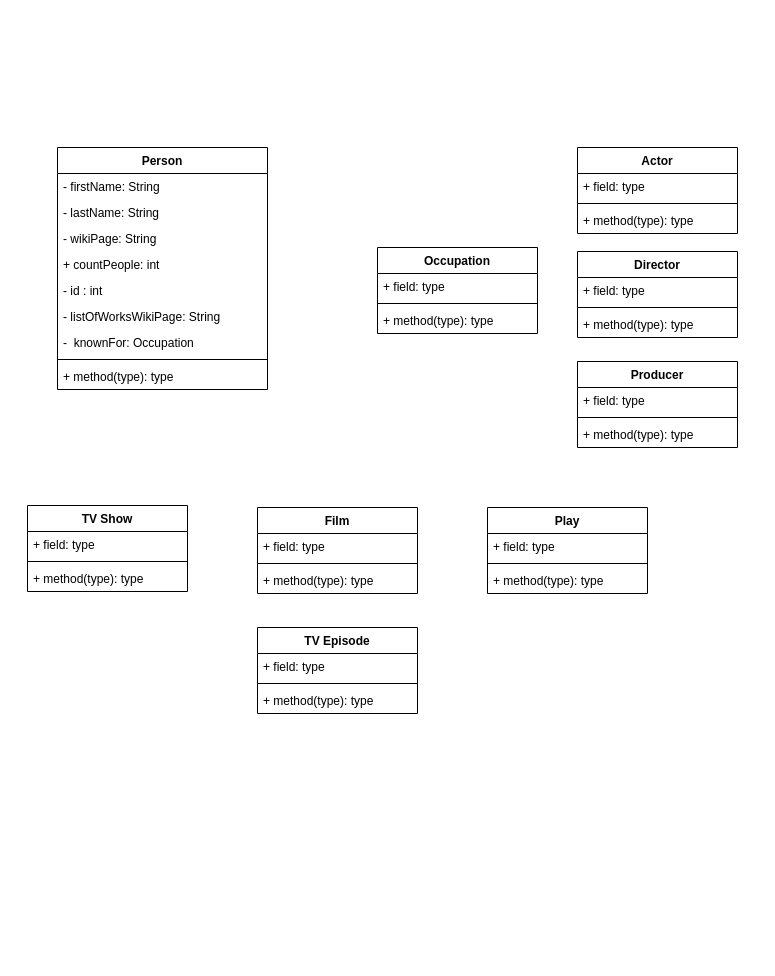
oliverjamarie/ArtCredit keeps this draw.io diagram as page "Page-2" (2 of 2) of UML Diagram.drawio. Above is the earlier version. Source tidied: cells renumbered, new cells numbered last; positions are measured from the earlier drawing's top-left corner, leaving out a move shared by most shapes. Both pictures are drawn from the tidied source at 100%, with x=0, y=0 at pixel (27, 147).
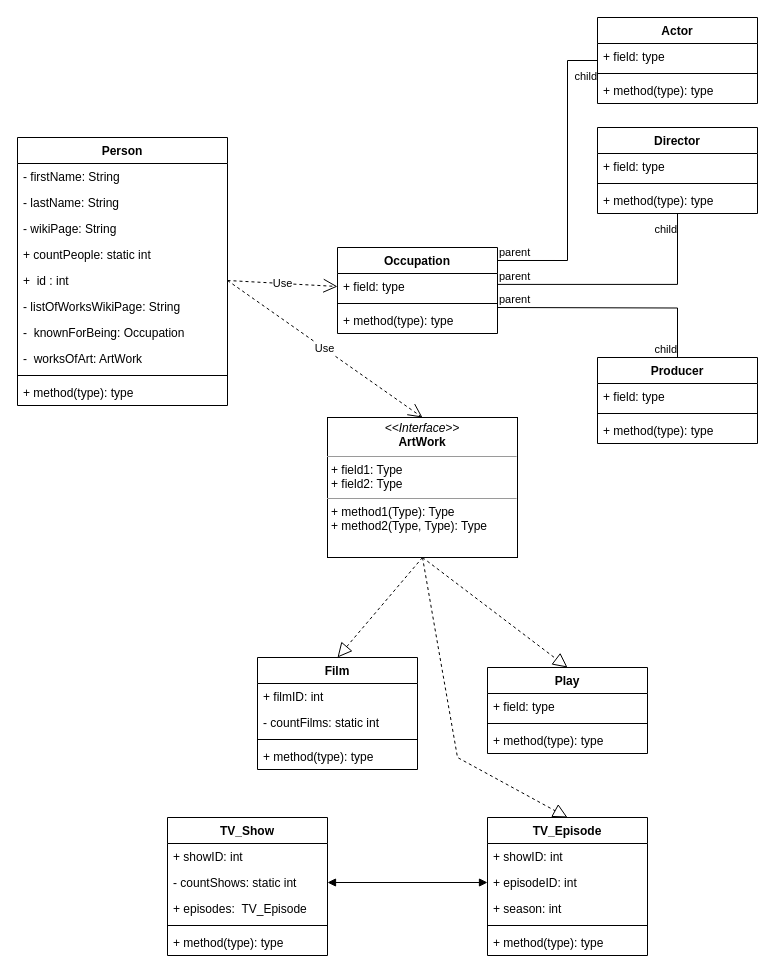
Above is the later version.

Unchanged cells that the change refers to:
```xml
<mxCell id="13" value="+ field: type" style="text;strokeColor=none;fillColor=none;align=left;verticalAlign=top;spacingLeft=4;spacingRight=4;overflow=hidden;points=[[0,0.5],[1,0.5]];portConstraint=eastwest;" parent="12" vertex="1">
  <mxGeometry y="26" width="160" height="26" as="geometry" />
</mxCell>
<mxCell id="23" value="+ method(type): type" style="text;strokeColor=none;fillColor=none;align=left;verticalAlign=top;spacingLeft=4;spacingRight=4;overflow=hidden;points=[[0,0.5],[1,0.5]];portConstraint=eastwest;" parent="20" vertex="1">
  <mxGeometry y="60" width="160" height="26" as="geometry" />
</mxCell>
```

What changed in the source:
```diff
@@
     <mxCell id="2" value="Person" style="swimlane;fontStyle=1;align=center;verticalAlign=top;horizontal=1;startSize=26;" parent="1" vertex="1">
-      <mxGeometry x="30" width="210" height="242" as="geometry" />
+      <mxGeometry x="-10" y="-10" width="210" height="268" as="geometry" />
     </mxCell>
@@
-    <mxCell id="6" value="+ countPeople: int" style="text;strokeColor=none;fillColor=none;align=left;verticalAlign=top;spacingLeft=4;spacingRight=4;overflow=hidden;" parent="2" vertex="1">
+    <mxCell id="6" value="+ countPeople: static int" style="text;strokeColor=none;fillColor=none;align=left;verticalAlign=top;spacingLeft=4;spacingRight=4;overflow=hidden;" parent="2" vertex="1">
       <mxGeometry y="104" width="210" height="26" as="geometry" />
     </mxCell>
-    <mxCell id="7" value="- id : int" style="text;strokeColor=none;fillColor=none;align=left;verticalAlign=top;spacingLeft=4;spacingRight=4;overflow=hidden;points=[[0,0.5],[1,0.5]];portConstraint=eastwest;" parent="2" vertex="1">
+    <mxCell id="7" value="+  id : int" style="text;strokeColor=none;fillColor=none;align=left;verticalAlign=top;spacingLeft=4;spacingRight=4;overflow=hidden;points=[[0,0.5],[1,0.5]];portConstraint=eastwest;" parent="2" vertex="1">
       <mxGeometry y="130" width="210" height="26" as="geometry" />
     </mxCell>
@@
-    <mxCell id="9" value="-  knownFor: Occupation" style="text;strokeColor=none;fillColor=none;align=left;verticalAlign=top;spacingLeft=4;spacingRight=4;overflow=hidden;" parent="2" vertex="1">
+    <mxCell id="9" value="-  knownForBeing: Occupation" style="text;strokeColor=none;fillColor=none;align=left;verticalAlign=top;spacingLeft=4;spacingRight=4;overflow=hidden;" parent="2" vertex="1">
       <mxGeometry y="182" width="210" height="26" as="geometry" />
     </mxCell>
+    <mxCell id="44" value="-  worksOfArt: ArtWork" style="text;strokeColor=none;fillColor=none;align=left;verticalAlign=top;spacingLeft=4;spacingRight=4;overflow=hidden;" parent="2" vertex="1">
+      <mxGeometry y="208" width="210" height="26" as="geometry" />
+    </mxCell>
     <mxCell id="10" style="line;strokeWidth=1;fillColor=none;align=left;verticalAlign=middle;spacingTop=-1;spacingLeft=3;spacingRight=3;labelPosition=right;" parent="2" vertex="1">
-      <mxGeometry y="208" width="210" height="8" as="geometry" />
+      <mxGeometry y="234" width="210" height="8" as="geometry" />
     </mxCell>
     <mxCell id="11" value="+ method(type): type" style="text;strokeColor=none;fillColor=none;align=left;verticalAlign=top;spacingLeft=4;spacingRight=4;overflow=hidden;" parent="2" vertex="1">
-      <mxGeometry y="216" width="210" height="26" as="geometry" />
+      <mxGeometry y="242" width="210" height="26" as="geometry" />
     </mxCell>
     <mxCell id="12" value="Occupation" style="swimlane;fontStyle=1;align=center;verticalAlign=top;horizontal=1;startSize=26;" parent="1" vertex="1">
-      <mxGeometry x="350" y="100" width="160" height="86" as="geometry" />
+      <mxGeometry x="310" y="100" width="160" height="86" as="geometry" />
     </mxCell>
@@
     <mxCell id="16" value="Actor" style="swimlane;fontStyle=1;align=center;verticalAlign=top;horizontal=1;startSize=26;" parent="1" vertex="1">
-      <mxGeometry x="550" width="160" height="86" as="geometry" />
+      <mxGeometry x="570" y="-130" width="160" height="86" as="geometry" />
     </mxCell>
@@
     <mxCell id="20" value="Director" style="swimlane;fontStyle=1;align=center;verticalAlign=top;horizontal=1;startSize=26;" parent="1" vertex="1">
-      <mxGeometry x="550" y="104" width="160" height="86" as="geometry" />
+      <mxGeometry x="570" y="-20" width="160" height="86" as="geometry" />
     </mxCell>
@@
+    <mxCell id="45" style="endArrow=none;html=1;edgeStyle=orthogonalEdgeStyle;rounded=0;exitX=1.019;exitY=0.266;exitDx=0;exitDy=0;exitPerimeter=0;" parent="20" edge="1" target="23">
+      <mxGeometry relative="1" as="geometry">
+        <mxPoint x="-100" y="156.9" as="sourcePoint" />
+        <Array as="points">
+          <mxPoint x="80" y="157" />
+        </Array>
+      </mxGeometry>
+    </mxCell>
+    <mxCell id="46" value="parent" style="edgeLabel;html=1;align=left;verticalAlign=bottom;" parent="45" vertex="1">
+      <mxGeometry x="-1" relative="1" as="geometry" />
+    </mxCell>
+    <mxCell id="47" value="child" style="edgeLabel;html=1;align=right;verticalAlign=bottom;" parent="45" vertex="1">
+      <mxGeometry x="1" relative="1" as="geometry">
+        <mxPoint y="24" as="offset" />
+      </mxGeometry>
+    </mxCell>
     <mxCell id="24" value="Producer" style="swimlane;fontStyle=1;align=center;verticalAlign=top;horizontal=1;startSize=26;" parent="1" vertex="1">
-      <mxGeometry x="550" y="214" width="160" height="86" as="geometry" />
+      <mxGeometry x="570" y="210" width="160" height="86" as="geometry" />
     </mxCell>
@@
     <mxCell id="28" value="Film" style="swimlane;fontStyle=1;align=center;verticalAlign=top;horizontal=1;startSize=26;" parent="1" vertex="1">
-      <mxGeometry x="230" y="360" width="160" height="86" as="geometry" />
+      <mxGeometry x="230" y="510" width="160" height="112" as="geometry" />
     </mxCell>
-    <mxCell id="29" value="+ field: type" style="text;strokeColor=none;fillColor=none;align=left;verticalAlign=top;spacingLeft=4;spacingRight=4;overflow=hidden;" parent="28" vertex="1">
+    <mxCell id="29" value="+ filmID: int" style="text;strokeColor=none;fillColor=none;align=left;verticalAlign=top;spacingLeft=4;spacingRight=4;overflow=hidden;" parent="28" vertex="1">
       <mxGeometry y="26" width="160" height="26" as="geometry" />
     </mxCell>
+    <mxCell id="48" value="- countFilms: static int" style="text;strokeColor=none;fillColor=none;align=left;verticalAlign=top;spacingLeft=4;spacingRight=4;overflow=hidden;" parent="28" vertex="1">
+      <mxGeometry y="52" width="160" height="26" as="geometry" />
+    </mxCell>
     <mxCell id="30" style="line;strokeWidth=1;fillColor=none;align=left;verticalAlign=middle;spacingTop=-1;spacingLeft=3;spacingRight=3;labelPosition=right;" parent="28" vertex="1">
-      <mxGeometry y="52" width="160" height="8" as="geometry" />
+      <mxGeometry y="78" width="160" height="8" as="geometry" />
     </mxCell>
     <mxCell id="31" value="+ method(type): type" style="text;strokeColor=none;fillColor=none;align=left;verticalAlign=top;spacingLeft=4;spacingRight=4;overflow=hidden;" parent="28" vertex="1">
-      <mxGeometry y="60" width="160" height="26" as="geometry" />
+      <mxGeometry y="86" width="160" height="26" as="geometry" />
     </mxCell>
     <mxCell id="32" value="Play" style="swimlane;fontStyle=1;align=center;verticalAlign=top;horizontal=1;startSize=26;" parent="1" vertex="1">
-      <mxGeometry x="460" y="360" width="160" height="86" as="geometry" />
+      <mxGeometry x="460" y="520" width="160" height="86" as="geometry" />
     </mxCell>
@@
-    <mxCell id="36" value="TV Show" style="swimlane;fontStyle=1;align=center;verticalAlign=top;horizontal=1;startSize=26;" parent="1" vertex="1">
-      <mxGeometry y="358" width="160" height="86" as="geometry" />
+    <mxCell id="36" value="TV_Show" style="swimlane;fontStyle=1;align=center;verticalAlign=top;horizontal=1;startSize=26;" parent="1" vertex="1">
+      <mxGeometry x="140" y="670" width="160" height="138" as="geometry" />
     </mxCell>
-    <mxCell id="37" value="+ field: type" style="text;strokeColor=none;fillColor=none;align=left;verticalAlign=top;spacingLeft=4;spacingRight=4;overflow=hidden;" parent="36" vertex="1">
+    <mxCell id="37" value="+ showID: int" style="text;strokeColor=none;fillColor=none;align=left;verticalAlign=top;spacingLeft=4;spacingRight=4;overflow=hidden;" parent="36" vertex="1">
       <mxGeometry y="26" width="160" height="26" as="geometry" />
     </mxCell>
+    <mxCell id="49" value="- countShows: static int" style="text;strokeColor=none;fillColor=none;align=left;verticalAlign=top;spacingLeft=4;spacingRight=4;overflow=hidden;points=[[0,0.5],[1,0.5]];portConstraint=eastwest;" parent="36" vertex="1">
+      <mxGeometry y="52" width="160" height="26" as="geometry" />
+    </mxCell>
+    <mxCell id="50" value="+ episodes:  TV_Episode" style="text;strokeColor=none;fillColor=none;align=left;verticalAlign=top;spacingLeft=4;spacingRight=4;overflow=hidden;" parent="36" vertex="1">
+      <mxGeometry y="78" width="160" height="26" as="geometry" />
+    </mxCell>
     <mxCell id="38" style="line;strokeWidth=1;fillColor=none;align=left;verticalAlign=middle;spacingTop=-1;spacingLeft=3;spacingRight=3;labelPosition=right;" parent="36" vertex="1">
-      <mxGeometry y="52" width="160" height="8" as="geometry" />
+      <mxGeometry y="104" width="160" height="8" as="geometry" />
     </mxCell>
     <mxCell id="39" value="+ method(type): type" style="text;strokeColor=none;fillColor=none;align=left;verticalAlign=top;spacingLeft=4;spacingRight=4;overflow=hidden;" parent="36" vertex="1">
-      <mxGeometry y="60" width="160" height="26" as="geometry" />
+      <mxGeometry y="112" width="160" height="26" as="geometry" />
     </mxCell>
-    <mxCell id="40" value="TV Episode" style="swimlane;fontStyle=1;align=center;verticalAlign=top;horizontal=1;startSize=26;" parent="1" vertex="1">
-      <mxGeometry x="230" y="480" width="160" height="86" as="geometry" />
+    <mxCell id="40" value="TV_Episode" style="swimlane;fontStyle=1;align=center;verticalAlign=top;horizontal=1;startSize=26;" parent="1" vertex="1">
+      <mxGeometry x="460" y="670" width="160" height="138" as="geometry" />
     </mxCell>
-    <mxCell id="41" value="+ field: type" style="text;strokeColor=none;fillColor=none;align=left;verticalAlign=top;spacingLeft=4;spacingRight=4;overflow=hidden;" parent="40" vertex="1">
+    <mxCell id="41" value="+ showID: int" style="text;strokeColor=none;fillColor=none;align=left;verticalAlign=top;spacingLeft=4;spacingRight=4;overflow=hidden;" parent="40" vertex="1">
       <mxGeometry y="26" width="160" height="26" as="geometry" />
     </mxCell>
+    <mxCell id="51" value="+ episodeID: int" style="text;strokeColor=none;fillColor=none;align=left;verticalAlign=top;spacingLeft=4;spacingRight=4;overflow=hidden;points=[[0,0.5],[1,0.5]];portConstraint=eastwest;" parent="40" vertex="1">
+      <mxGeometry y="52" width="160" height="26" as="geometry" />
+    </mxCell>
+    <mxCell id="52" value="+ season: int" style="text;strokeColor=none;fillColor=none;align=left;verticalAlign=top;spacingLeft=4;spacingRight=4;overflow=hidden;" parent="40" vertex="1">
+      <mxGeometry y="78" width="160" height="26" as="geometry" />
+    </mxCell>
     <mxCell id="42" style="line;strokeWidth=1;fillColor=none;align=left;verticalAlign=middle;spacingTop=-1;spacingLeft=3;spacingRight=3;labelPosition=right;" parent="40" vertex="1">
-      <mxGeometry y="52" width="160" height="8" as="geometry" />
+      <mxGeometry y="104" width="160" height="8" as="geometry" />
     </mxCell>
     <mxCell id="43" value="+ method(type): type" style="text;strokeColor=none;fillColor=none;align=left;verticalAlign=top;spacingLeft=4;spacingRight=4;overflow=hidden;" parent="40" vertex="1">
-      <mxGeometry y="60" width="160" height="26" as="geometry" />
+      <mxGeometry y="112" width="160" height="26" as="geometry" />
     </mxCell>
+    <mxCell id="53" value="Use" style="endArrow=open;endSize=12;dashed=1;html=1;rounded=0;exitX=1;exitY=0.5;exitDx=0;exitDy=0;entryX=0;entryY=0.5;entryDx=0;entryDy=0;" parent="1" edge="1" source="7" target="13">
+      <mxGeometry relative="1" as="geometry" />
+    </mxCell>
+    <mxCell id="54" style="endArrow=none;html=1;edgeStyle=orthogonalEdgeStyle;rounded=0;exitX=1.002;exitY=0.151;exitDx=0;exitDy=0;exitPerimeter=0;" parent="1" edge="1" source="12" target="16">
+      <mxGeometry relative="1" as="geometry">
+        <Array as="points">
+          <mxPoint x="540" y="113" />
+          <mxPoint x="540" y="-87" />
+        </Array>
+      </mxGeometry>
+    </mxCell>
+    <mxCell id="55" value="parent" style="edgeLabel;html=1;align=left;verticalAlign=bottom;" parent="54" vertex="1">
+      <mxGeometry x="-1" relative="1" as="geometry" />
+    </mxCell>
+    <mxCell id="56" value="child" style="edgeLabel;html=1;align=right;verticalAlign=bottom;" parent="54" vertex="1">
+      <mxGeometry x="1" relative="1" as="geometry">
+        <mxPoint y="24" as="offset" />
+      </mxGeometry>
+    </mxCell>
+    <mxCell id="57" style="endArrow=none;html=1;edgeStyle=orthogonalEdgeStyle;rounded=0;entryX=0.5;entryY=0;entryDx=0;entryDy=0;" parent="1" edge="1" target="24">
+      <mxGeometry relative="1" as="geometry">
+        <mxPoint x="470" y="160" as="sourcePoint" />
+      </mxGeometry>
+    </mxCell>
+    <mxCell id="58" value="parent" style="edgeLabel;html=1;align=left;verticalAlign=bottom;" parent="57" vertex="1">
+      <mxGeometry x="-1" relative="1" as="geometry" />
+    </mxCell>
+    <mxCell id="59" value="child" style="edgeLabel;html=1;align=right;verticalAlign=bottom;" parent="57" vertex="1">
+      <mxGeometry x="1" relative="1" as="geometry" />
+    </mxCell>
+    <mxCell id="60" value="&lt;p style=&quot;margin: 0px ; margin-top: 4px ; text-align: center&quot;&gt;&lt;i&gt;&amp;lt;&amp;lt;Interface&amp;gt;&amp;gt;&lt;/i&gt;&lt;br&gt;&lt;b&gt;ArtWork&lt;/b&gt;&lt;/p&gt;&lt;hr size=&quot;1&quot;&gt;&lt;p style=&quot;margin: 0px ; margin-left: 4px&quot;&gt;+ field1: Type&lt;br&gt;+ field2: Type&lt;/p&gt;&lt;hr size=&quot;1&quot;&gt;&lt;p style=&quot;margin: 0px ; margin-left: 4px&quot;&gt;+ method1(Type): Type&lt;br&gt;+ method2(Type, Type): Type&lt;/p&gt;" style="verticalAlign=top;align=left;overflow=fill;fontSize=12;fontFamily=Helvetica;html=1;" parent="1" vertex="1">
+      <mxGeometry x="300" y="270" width="190" height="140" as="geometry" />
+    </mxCell>
+    <mxCell id="61" style="endArrow=block;dashed=1;endFill=0;endSize=12;html=1;rounded=0;exitX=0.5;exitY=1;exitDx=0;exitDy=0;entryX=0.5;entryY=0;entryDx=0;entryDy=0;" parent="1" edge="1" source="60" target="28">
+      <mxGeometry relative="1" as="geometry" />
+    </mxCell>
+    <mxCell id="62" style="endArrow=block;dashed=1;endFill=0;endSize=12;html=1;rounded=0;entryX=0.5;entryY=0;entryDx=0;entryDy=0;exitX=0.5;exitY=1;exitDx=0;exitDy=0;" parent="1" edge="1" source="60" target="32">
+      <mxGeometry relative="1" as="geometry" />
+    </mxCell>
+    <mxCell id="63" style="endArrow=block;dashed=1;endFill=0;endSize=12;html=1;rounded=0;exitX=0.5;exitY=1;exitDx=0;exitDy=0;entryX=0.5;entryY=0;entryDx=0;entryDy=0;" parent="1" edge="1" source="60" target="40">
+      <mxGeometry relative="1" as="geometry">
+        <Array as="points">
+          <mxPoint x="430" y="610" />
+        </Array>
+      </mxGeometry>
+    </mxCell>
+    <mxCell id="64" value="Use" style="endArrow=open;endSize=12;dashed=1;html=1;rounded=0;exitX=1;exitY=0.5;exitDx=0;exitDy=0;entryX=0.5;entryY=0;entryDx=0;entryDy=0;" parent="1" edge="1" source="7" target="60">
+      <mxGeometry relative="1" as="geometry" />
+    </mxCell>
+    <mxCell id="65" style="endArrow=block;startArrow=block;endFill=1;startFill=1;html=1;rounded=0;entryX=0;entryY=0.5;entryDx=0;entryDy=0;exitX=1;exitY=0.5;exitDx=0;exitDy=0;" parent="1" edge="1" source="49" target="51">
+      <mxGeometry relative="1" as="geometry" />
+    </mxCell>
```
